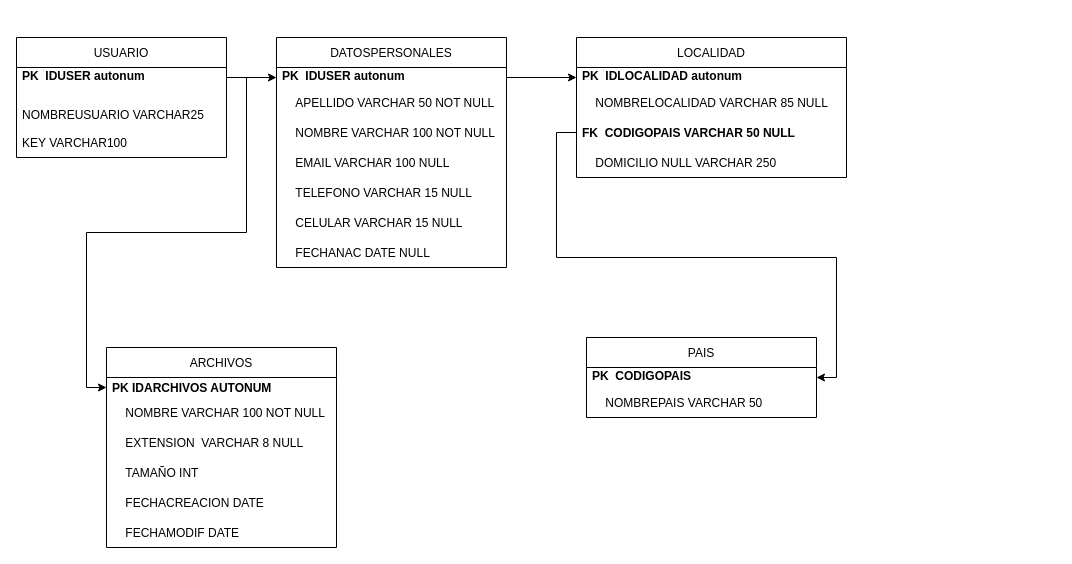
Above: Actividad 1.3 LARABOX.drawio in MATUKE23/LABIII (draw.io), before the change. Source tidied: cells renumbered, new cells numbered last; positions are measured from the earlier drawing's top-left corner, leaving out a move shared by most shapes. Both pictures are drawn from the tidied source at 100%, with x=0, y=0 at pixel (16, 37).
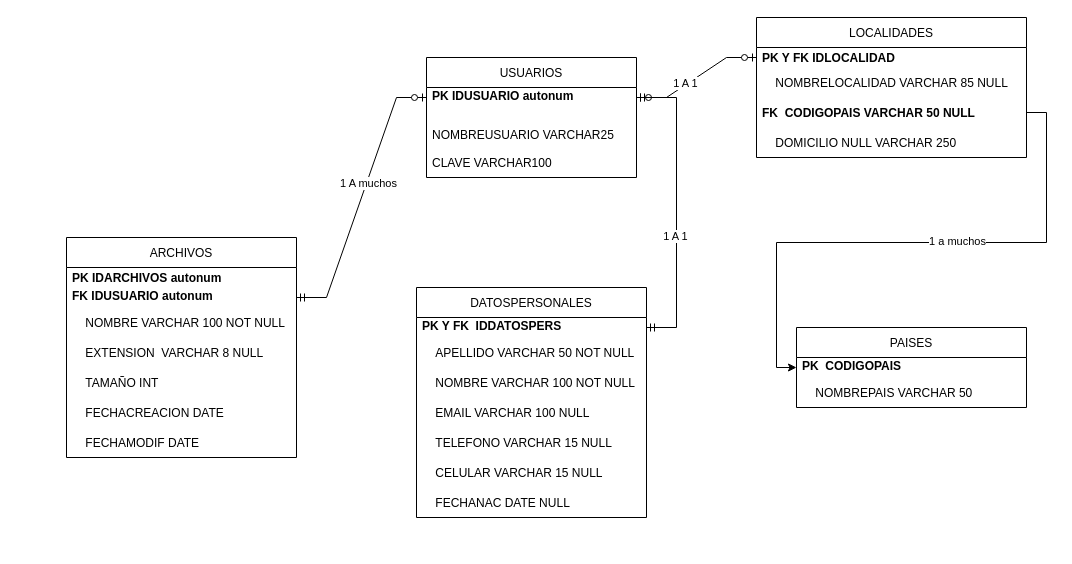
The same page after the edit.

The change refers to these unchanged cells:
```xml
<mxCell id="32" style="edgeStyle=orthogonalEdgeStyle;rounded=0;jettySize=auto;html=1;" parent="1" edge="1" source="18" target="21">
  <mxGeometry relative="1" as="geometry" />
</mxCell>
```

What changed in the source:
```diff
@@
-    <mxCell id="2" value="USUARIO" style="swimlane;fontStyle=0;horizontal=1;startSize=30;" parent="1" vertex="1">
-      <mxGeometry width="210" height="120" as="geometry" />
+    <mxCell id="2" value="USUARIOS" style="swimlane;fontStyle=0;horizontal=1;startSize=30;" parent="1" vertex="1">
+      <mxGeometry x="410" y="20" width="210" height="120" as="geometry" />
     </mxCell>
-    <mxCell id="3" value="PK  IDUSER autonum&#10;" style="text;strokeColor=none;fillColor=none;align=left;verticalAlign=middle;spacingLeft=4;spacingRight=4;overflow=hidden;points=[[0,0.5],[1,0.5]];portConstraint=eastwest;fontStyle=1;" parent="2" vertex="1">
+    <mxCell id="3" value="PK IDUSUARIO autonum&#10;" style="text;strokeColor=none;fillColor=none;align=left;verticalAlign=middle;spacingLeft=4;spacingRight=4;overflow=hidden;points=[[0,0.5],[1,0.5]];portConstraint=eastwest;fontStyle=1;" parent="2" vertex="1">
       <mxGeometry y="30" width="210" height="20" as="geometry" />
     </mxCell>
@@
-    <mxCell id="5" value="KEY VARCHAR100" style="text;strokeColor=none;fillColor=none;align=left;verticalAlign=middle;spacingLeft=4;spacingRight=4;overflow=hidden;" parent="2" vertex="1">
+    <mxCell id="5" value="CLAVE VARCHAR100" style="text;strokeColor=none;fillColor=none;align=left;verticalAlign=middle;spacingLeft=4;spacingRight=4;overflow=hidden;" parent="2" vertex="1">
       <mxGeometry y="90" width="210" height="30" as="geometry" />
     </mxCell>
     <mxCell id="6" value="DATOSPERSONALES" style="swimlane;fontStyle=0;horizontal=1;startSize=30;" parent="1" vertex="1">
-      <mxGeometry x="260" width="230" height="230" as="geometry" />
+      <mxGeometry x="400" y="250" width="230" height="230" as="geometry" />
     </mxCell>
-    <mxCell id="7" value="PK  IDUSER autonum&#10;" style="text;strokeColor=none;fillColor=none;align=left;verticalAlign=middle;spacingLeft=4;spacingRight=4;overflow=hidden;points=[[0,0.5],[1,0.5]];portConstraint=eastwest;fontStyle=1;" parent="6" vertex="1">
+    <mxCell id="7" value="PK Y FK  IDDATOSPERS&#10;" style="text;strokeColor=none;fillColor=none;align=left;verticalAlign=middle;spacingLeft=4;spacingRight=4;overflow=hidden;points=[[0,0.5],[1,0.5]];portConstraint=eastwest;fontStyle=1;" parent="6" vertex="1">
       <mxGeometry y="30" width="230" height="20" as="geometry" />
     </mxCell>
@@
-    <mxCell id="14" style="edgeStyle=orthogonalEdgeStyle;rounded=0;jettySize=auto;html=1;" parent="1" edge="1" source="3" target="7">
-      <mxGeometry relative="1" as="geometry" />
-    </mxCell>
-    <mxCell id="15" value="LOCALIDAD" style="swimlane;fontStyle=0;horizontal=1;startSize=30;" parent="1" vertex="1">
-      <mxGeometry x="560" width="270" height="140" as="geometry" />
+    <mxCell id="15" value="LOCALIDADES" style="swimlane;fontStyle=0;horizontal=1;startSize=30;" parent="1" vertex="1">
+      <mxGeometry x="740" y="-20" width="270" height="140" as="geometry" />
     </mxCell>
-    <mxCell id="16" value="PK  IDLOCALIDAD autonum&#10;" style="text;strokeColor=none;fillColor=none;align=left;verticalAlign=middle;spacingLeft=4;spacingRight=4;overflow=hidden;points=[[0,0.5],[1,0.5]];portConstraint=eastwest;fontStyle=1;" parent="15" vertex="1">
+    <mxCell id="16" value="PK Y FK IDLOCALIDAD" style="text;strokeColor=none;fillColor=none;align=left;verticalAlign=middle;spacingLeft=4;spacingRight=4;overflow=hidden;points=[[0,0.5],[1,0.5]];portConstraint=eastwest;fontStyle=1;" parent="15" vertex="1">
       <mxGeometry y="30" width="270" height="20" as="geometry" />
     </mxCell>
@@
-    <mxCell id="20" value="PAIS" style="swimlane;fontStyle=0;horizontal=1;startSize=30;" parent="1" vertex="1">
-      <mxGeometry x="570" y="300" width="230" height="80" as="geometry" />
+    <mxCell id="20" value="PAISES" style="swimlane;fontStyle=0;horizontal=1;startSize=30;" parent="1" vertex="1">
+      <mxGeometry x="780" y="290" width="230" height="80" as="geometry" />
     </mxCell>
@@
     <mxCell id="23" value="ARCHIVOS" style="swimlane;fontStyle=0;horizontal=1;startSize=30;" parent="1" vertex="1">
-      <mxGeometry x="90" y="310" width="230" height="200" as="geometry" />
+      <mxGeometry x="50" y="200" width="230" height="220" as="geometry" />
     </mxCell>
-    <mxCell id="24" value="PK IDARCHIVOS AUTONUM" style="text;strokeColor=none;fillColor=none;align=left;verticalAlign=middle;spacingLeft=4;spacingRight=4;overflow=hidden;points=[[0,0.5],[1,0.5]];portConstraint=eastwest;fontStyle=1;" parent="23" vertex="1">
+    <mxCell id="24" value="PK IDARCHIVOS autonum" style="text;strokeColor=none;fillColor=none;align=left;verticalAlign=middle;spacingLeft=4;spacingRight=4;overflow=hidden;points=[[0,0.5],[1,0.5]];portConstraint=eastwest;fontStyle=1;" parent="23" vertex="1">
       <mxGeometry y="30" width="230" height="20" as="geometry" />
     </mxCell>
+    <mxCell id="33" value="FK IDUSUARIO autonum&#10;" style="text;strokeColor=none;fillColor=none;align=left;verticalAlign=middle;spacingLeft=4;spacingRight=4;overflow=hidden;points=[[0,0.5],[1,0.5]];portConstraint=eastwest;fontStyle=1;" parent="23" vertex="1">
+      <mxGeometry y="50" width="230" height="20" as="geometry" />
+    </mxCell>
     <mxCell id="25" value="    NOMBRE VARCHAR 100 NOT NULL" style="text;strokeColor=none;fillColor=none;align=left;verticalAlign=middle;spacingLeft=4;spacingRight=4;overflow=hidden;" parent="23" vertex="1">
-      <mxGeometry y="50" width="230" height="30" as="geometry" />
+      <mxGeometry y="70" width="230" height="30" as="geometry" />
     </mxCell>
     <mxCell id="26" value="    EXTENSION  VARCHAR 8 NULL" style="text;strokeColor=none;fillColor=none;align=left;verticalAlign=middle;spacingLeft=4;spacingRight=4;overflow=hidden;" parent="23" vertex="1">
-      <mxGeometry y="80" width="230" height="30" as="geometry" />
+      <mxGeometry y="100" width="230" height="30" as="geometry" />
     </mxCell>
     <mxCell id="27" value="    TAMAÑO INT" style="text;strokeColor=none;fillColor=none;align=left;verticalAlign=middle;spacingLeft=4;spacingRight=4;overflow=hidden;" parent="23" vertex="1">
-      <mxGeometry y="110" width="230" height="30" as="geometry" />
+      <mxGeometry y="130" width="230" height="30" as="geometry" />
     </mxCell>
     <mxCell id="28" value="    FECHACREACION DATE" style="text;strokeColor=none;fillColor=none;align=left;verticalAlign=middle;spacingLeft=4;spacingRight=4;overflow=hidden;" parent="23" vertex="1">
-      <mxGeometry y="140" width="230" height="30" as="geometry" />
+      <mxGeometry y="160" width="230" height="30" as="geometry" />
     </mxCell>
     <mxCell id="29" value="    FECHAMODIF DATE" style="text;strokeColor=none;fillColor=none;align=left;verticalAlign=middle;spacingLeft=4;spacingRight=4;overflow=hidden;fontStyle=0;" parent="23" vertex="1">
-      <mxGeometry y="170" width="230" height="30" as="geometry" />
+      <mxGeometry y="190" width="230" height="30" as="geometry" />
     </mxCell>
-    <mxCell id="30" style="edgeStyle=orthogonalEdgeStyle;rounded=0;jettySize=auto;html=1;entryX=0;entryY=0.5;entryDx=0;entryDy=0;" parent="1" edge="1" source="3" target="24">
-      <mxGeometry relative="1" as="geometry" />
-    </mxCell>
-    <mxCell id="31" style="edgeStyle=orthogonalEdgeStyle;rounded=0;jettySize=auto;html=1;" parent="1" edge="1" source="7" target="16">
-      <mxGeometry relative="1" as="geometry" />
-    </mxCell>
@@
+    <mxCell id="34" value="1 a muchos" style="edgeLabel;html=1;align=center;verticalAlign=middle;" parent="32" vertex="1">
+      <mxGeometry x="-0.15" y="-2" relative="1" as="geometry" />
+    </mxCell>
+    <mxCell id="35" style="edgeStyle=entityRelationEdgeStyle;fontSize=12;html=1;endArrow=ERzeroToOne;startArrow=ERmandOne;rounded=0;" parent="1" edge="1" source="33" target="3">
+      <mxGeometry relative="1" as="geometry" />
+    </mxCell>
+    <mxCell id="36" value="1 A muchos" style="edgeLabel;html=1;align=center;verticalAlign=middle;" parent="35" vertex="1">
+      <mxGeometry x="0.12" y="-1" relative="1" as="geometry" />
+    </mxCell>
+    <mxCell id="37" style="edgeStyle=entityRelationEdgeStyle;fontSize=12;html=1;endArrow=ERzeroToOne;startArrow=ERmandOne;rounded=0;" parent="1" edge="1" source="7" target="3">
+      <mxGeometry relative="1" as="geometry" />
+    </mxCell>
+    <mxCell id="38" value="1 A 1" style="edgeLabel;html=1;align=center;verticalAlign=middle;" parent="37" vertex="1">
+      <mxGeometry x="-0.19" y="2" relative="1" as="geometry" />
+    </mxCell>
+    <mxCell id="39" style="edgeStyle=entityRelationEdgeStyle;fontSize=12;html=1;endArrow=ERzeroToOne;startArrow=ERmandOne;rounded=0;" parent="1" edge="1" source="3" target="16">
+      <mxGeometry relative="1" as="geometry" />
+    </mxCell>
+    <mxCell id="40" value="1 A 1" style="edgeLabel;html=1;align=center;verticalAlign=middle;" parent="39" vertex="1">
+      <mxGeometry x="-0.19" y="2" relative="1" as="geometry" />
+    </mxCell>
```
